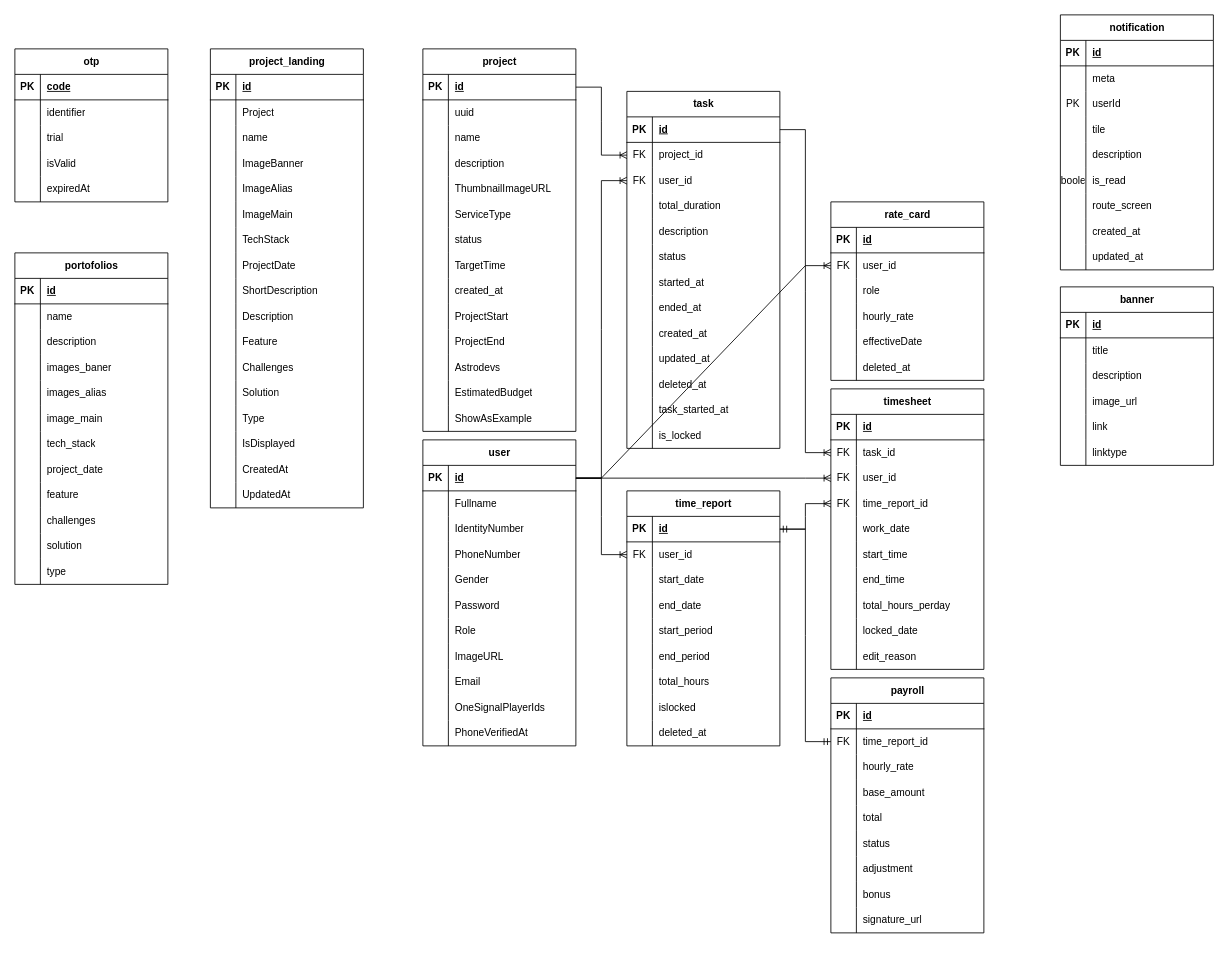
DemoNicky/technical-test keeps this draw.io diagram as starspace/db_codespacex.drawio. Above is the earlier version. Source tidied: cells renumbered, new cells numbered last; positions are measured from the earlier drawing's top-left corner, leaving out a move shared by most shapes. Both pictures are drawn from the tidied source at 85%, with x=0, y=0 at pixel (14, 14).
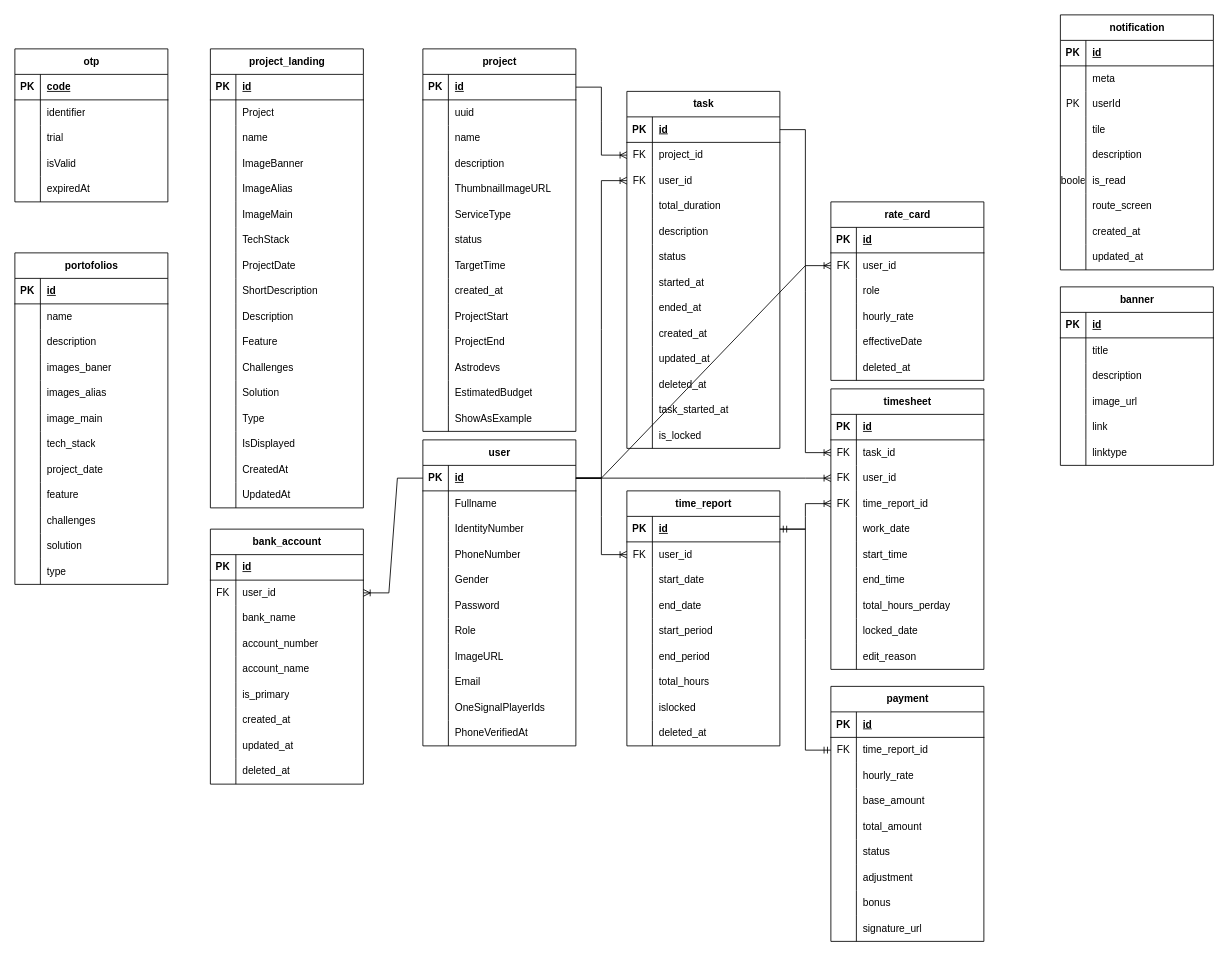
After the change.

The change refers to these unchanged cells:
```xml
<mxCell id="198" style="shape=tableRow;horizontal=0;startSize=0;swimlaneHead=0;swimlaneBody=0;fillColor=none;points=[[0,0.5],[1,0.5]];portConstraint=eastwest;top=0;left=0;right=0;bottom=1;" parent="197" vertex="1">
  <mxGeometry y="30" width="180" height="30" as="geometry" />
</mxCell>
<mxCell id="349" style="shape=tableRow;horizontal=0;startSize=0;swimlaneHead=0;swimlaneBody=0;fillColor=none;top=0;left=0;right=0;bottom=0;" parent="336" vertex="1">
  <mxGeometry y="150" width="180" height="30" as="geometry" />
</mxCell>
```

Change to the diagram source:
```diff
@@
-    <mxCell id="336" value="payroll" style="shape=table;startSize=30;childLayout=tableLayout;rowLines=0;fontStyle=1;align=center;html=1;" parent="1" vertex="1">
-      <mxGeometry x="960" y="780" width="180" height="300" as="geometry" />
+    <mxCell id="336" value="payment" style="shape=table;startSize=30;childLayout=tableLayout;rowLines=0;fontStyle=1;align=center;html=1;" parent="1" vertex="1">
+      <mxGeometry x="960" y="790" width="180" height="300" as="geometry" />
     </mxCell>
@@
-    <mxCell id="351" value="total" style="shape=partialRectangle;fillColor=none;top=0;left=0;bottom=0;right=0;align=left;spacingLeft=6;overflow=hidden;whiteSpace=wrap;html=1;" parent="349" vertex="1">
+    <mxCell id="351" value="total_amount" style="shape=partialRectangle;fillColor=none;top=0;left=0;bottom=0;right=0;align=left;spacingLeft=6;overflow=hidden;whiteSpace=wrap;html=1;" parent="349" vertex="1">
       <mxGeometry x="30" width="150" height="30" as="geometry" />
     </mxCell>
@@
+    <mxCell id="385" value="bank_account" style="shape=table;startSize=30;childLayout=tableLayout;rowLines=0;fontStyle=1;align=center;html=1;" parent="1" vertex="1">
+      <mxGeometry x="230" y="605" width="180" height="300" as="geometry" />
+    </mxCell>
+    <mxCell id="386" style="shape=tableRow;horizontal=0;startSize=0;swimlaneHead=0;swimlaneBody=0;fillColor=none;top=0;left=0;right=0;bottom=1;" parent="385" vertex="1">
+      <mxGeometry y="30" width="180" height="30" as="geometry" />
+    </mxCell>
+    <mxCell id="387" value="PK" style="shape=partialRectangle;fillColor=none;top=0;left=0;bottom=0;right=0;fontStyle=1;overflow=hidden;whiteSpace=wrap;html=1;" parent="386" vertex="1">
+      <mxGeometry width="30" height="30" as="geometry" />
+    </mxCell>
+    <mxCell id="388" value="id" style="shape=partialRectangle;fillColor=none;top=0;left=0;bottom=0;right=0;align=left;spacingLeft=6;fontStyle=5;overflow=hidden;whiteSpace=wrap;html=1;" parent="386" vertex="1">
+      <mxGeometry x="30" width="150" height="30" as="geometry" />
+    </mxCell>
+    <mxCell id="389" style="shape=tableRow;horizontal=0;startSize=0;swimlaneHead=0;swimlaneBody=0;fillColor=none;points=[[0,0.5],[1,0.5]];portConstraint=eastwest;top=0;left=0;right=0;bottom=0;" parent="385" vertex="1">
+      <mxGeometry y="60" width="180" height="30" as="geometry" />
+    </mxCell>
+    <mxCell id="390" value="FK" style="shape=partialRectangle;fillColor=none;top=0;left=0;bottom=0;right=0;overflow=hidden;whiteSpace=wrap;html=1;" parent="389" vertex="1">
+      <mxGeometry width="30" height="30" as="geometry" />
+    </mxCell>
+    <mxCell id="391" value="user_id" style="shape=partialRectangle;fillColor=none;top=0;left=0;bottom=0;right=0;align=left;spacingLeft=6;overflow=hidden;whiteSpace=wrap;html=1;" parent="389" vertex="1">
+      <mxGeometry x="30" width="150" height="30" as="geometry" />
+    </mxCell>
+    <mxCell id="392" style="shape=tableRow;horizontal=0;startSize=0;swimlaneHead=0;swimlaneBody=0;fillColor=none;top=0;left=0;right=0;bottom=0;" parent="385" vertex="1">
+      <mxGeometry y="90" width="180" height="30" as="geometry" />
+    </mxCell>
+    <mxCell id="393" style="shape=partialRectangle;fillColor=none;top=0;left=0;bottom=0;right=0;overflow=hidden;whiteSpace=wrap;html=1;" parent="392" vertex="1">
+      <mxGeometry width="30" height="30" as="geometry" />
+    </mxCell>
+    <mxCell id="394" value="bank_name" style="shape=partialRectangle;fillColor=none;top=0;left=0;bottom=0;right=0;align=left;spacingLeft=6;overflow=hidden;whiteSpace=wrap;html=1;" parent="392" vertex="1">
+      <mxGeometry x="30" width="150" height="30" as="geometry" />
+    </mxCell>
+    <mxCell id="395" style="shape=tableRow;horizontal=0;startSize=0;swimlaneHead=0;swimlaneBody=0;fillColor=none;top=0;left=0;right=0;bottom=0;" parent="385" vertex="1">
+      <mxGeometry y="120" width="180" height="30" as="geometry" />
+    </mxCell>
+    <mxCell id="396" style="shape=partialRectangle;fillColor=none;top=0;left=0;bottom=0;right=0;overflow=hidden;whiteSpace=wrap;html=1;" parent="395" vertex="1">
+      <mxGeometry width="30" height="30" as="geometry" />
+    </mxCell>
+    <mxCell id="397" value="account_number" style="shape=partialRectangle;fillColor=none;top=0;left=0;bottom=0;right=0;align=left;spacingLeft=6;overflow=hidden;whiteSpace=wrap;html=1;" parent="395" vertex="1">
+      <mxGeometry x="30" width="150" height="30" as="geometry" />
+    </mxCell>
+    <mxCell id="398" style="shape=tableRow;horizontal=0;startSize=0;swimlaneHead=0;swimlaneBody=0;fillColor=none;top=0;left=0;right=0;bottom=0;" parent="385" vertex="1">
+      <mxGeometry y="150" width="180" height="30" as="geometry" />
+    </mxCell>
+    <mxCell id="399" style="shape=partialRectangle;fillColor=none;top=0;left=0;bottom=0;right=0;overflow=hidden;whiteSpace=wrap;html=1;" parent="398" vertex="1">
+      <mxGeometry width="30" height="30" as="geometry" />
+    </mxCell>
+    <mxCell id="400" value="account_name" style="shape=partialRectangle;fillColor=none;top=0;left=0;bottom=0;right=0;align=left;spacingLeft=6;overflow=hidden;whiteSpace=wrap;html=1;" parent="398" vertex="1">
+      <mxGeometry x="30" width="150" height="30" as="geometry" />
+    </mxCell>
+    <mxCell id="401" style="shape=tableRow;horizontal=0;startSize=0;swimlaneHead=0;swimlaneBody=0;fillColor=none;top=0;left=0;right=0;bottom=0;" parent="385" vertex="1">
+      <mxGeometry y="180" width="180" height="30" as="geometry" />
+    </mxCell>
+    <mxCell id="402" style="shape=partialRectangle;fillColor=none;top=0;left=0;bottom=0;right=0;overflow=hidden;whiteSpace=wrap;html=1;" parent="401" vertex="1">
+      <mxGeometry width="30" height="30" as="geometry" />
+    </mxCell>
+    <mxCell id="403" value="is_primary" style="shape=partialRectangle;fillColor=none;top=0;left=0;bottom=0;right=0;align=left;spacingLeft=6;overflow=hidden;whiteSpace=wrap;html=1;" parent="401" vertex="1">
+      <mxGeometry x="30" width="150" height="30" as="geometry" />
+    </mxCell>
+    <mxCell id="404" style="shape=tableRow;horizontal=0;startSize=0;swimlaneHead=0;swimlaneBody=0;fillColor=none;top=0;left=0;right=0;bottom=0;" parent="385" vertex="1">
+      <mxGeometry y="210" width="180" height="30" as="geometry" />
+    </mxCell>
+    <mxCell id="405" style="shape=partialRectangle;fillColor=none;top=0;left=0;bottom=0;right=0;overflow=hidden;whiteSpace=wrap;html=1;" parent="404" vertex="1">
+      <mxGeometry width="30" height="30" as="geometry" />
+    </mxCell>
+    <mxCell id="406" value="created_at" style="shape=partialRectangle;fillColor=none;top=0;left=0;bottom=0;right=0;align=left;spacingLeft=6;overflow=hidden;whiteSpace=wrap;html=1;" parent="404" vertex="1">
+      <mxGeometry x="30" width="150" height="30" as="geometry" />
+    </mxCell>
+    <mxCell id="407" style="shape=tableRow;horizontal=0;startSize=0;swimlaneHead=0;swimlaneBody=0;fillColor=none;top=0;left=0;right=0;bottom=0;" parent="385" vertex="1">
+      <mxGeometry y="240" width="180" height="30" as="geometry" />
+    </mxCell>
+    <mxCell id="408" style="shape=partialRectangle;fillColor=none;top=0;left=0;bottom=0;right=0;overflow=hidden;whiteSpace=wrap;html=1;" parent="407" vertex="1">
+      <mxGeometry width="30" height="30" as="geometry" />
+    </mxCell>
+    <mxCell id="409" value="updated_at" style="shape=partialRectangle;fillColor=none;top=0;left=0;bottom=0;right=0;align=left;spacingLeft=6;overflow=hidden;whiteSpace=wrap;html=1;" parent="407" vertex="1">
+      <mxGeometry x="30" width="150" height="30" as="geometry" />
+    </mxCell>
+    <mxCell id="410" style="shape=tableRow;horizontal=0;startSize=0;swimlaneHead=0;swimlaneBody=0;fillColor=none;top=0;left=0;right=0;bottom=0;" parent="385" vertex="1">
+      <mxGeometry y="270" width="180" height="30" as="geometry" />
+    </mxCell>
+    <mxCell id="411" style="shape=partialRectangle;fillColor=none;top=0;left=0;bottom=0;right=0;overflow=hidden;whiteSpace=wrap;html=1;" parent="410" vertex="1">
+      <mxGeometry width="30" height="30" as="geometry" />
+    </mxCell>
+    <mxCell id="412" value="deleted_at" style="shape=partialRectangle;fillColor=none;top=0;left=0;bottom=0;right=0;align=left;spacingLeft=6;overflow=hidden;whiteSpace=wrap;html=1;" parent="410" vertex="1">
+      <mxGeometry x="30" width="150" height="30" as="geometry" />
+    </mxCell>
+    <mxCell id="413" style="edgeStyle=entityRelationEdgeStyle;fontSize=12;html=1;endArrow=ERoneToMany;rounded=0;exitX=0;exitY=0.5;exitDx=0;exitDy=0;entryX=1;entryY=0.5;entryDx=0;entryDy=0;" parent="1" edge="1" source="198" target="389">
+      <mxGeometry relative="1" as="geometry" />
+    </mxCell>
```
